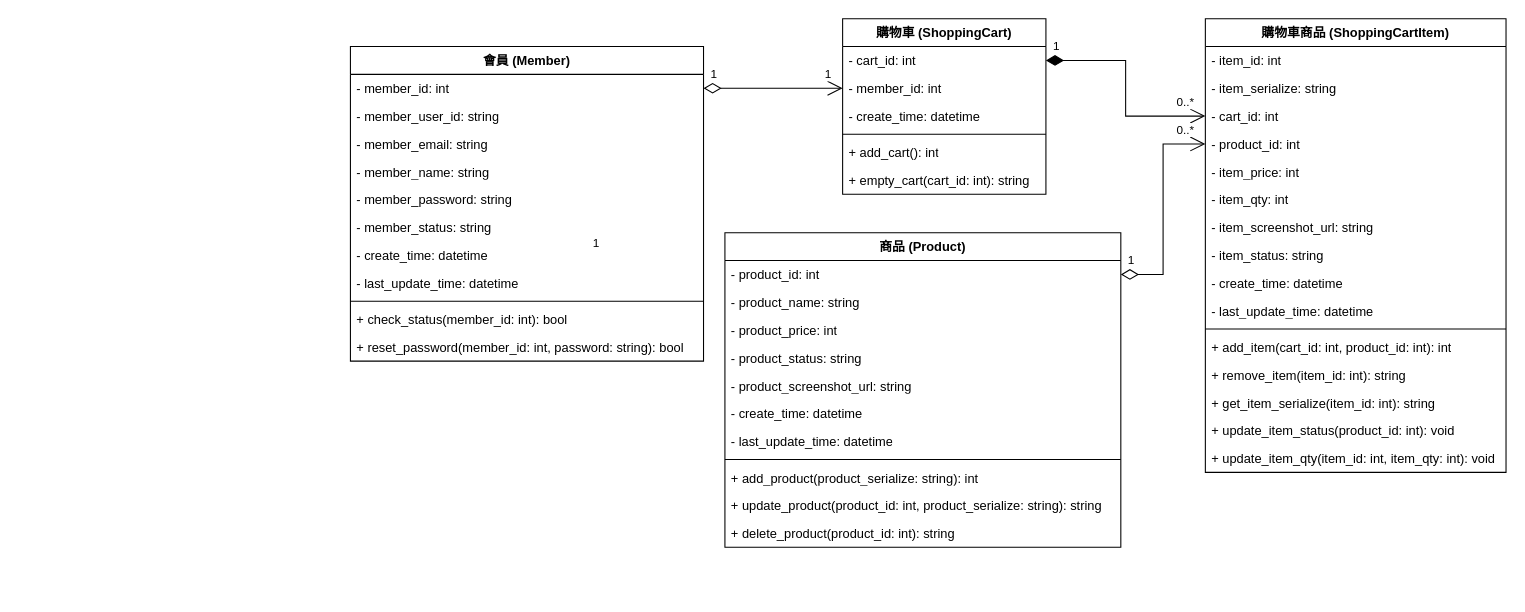
Nknu-Yea/shopping keeps this draw.io diagram as UML/將商品加入購物車.drawio. Above is the earlier version. Source tidied: cells renumbered, new cells numbered last; positions are measured from the earlier drawing's top-left corner, leaving out a move shared by most shapes. Both pictures are drawn from the tidied source at 107%, with x=0, y=0 at pixel (350, 18).
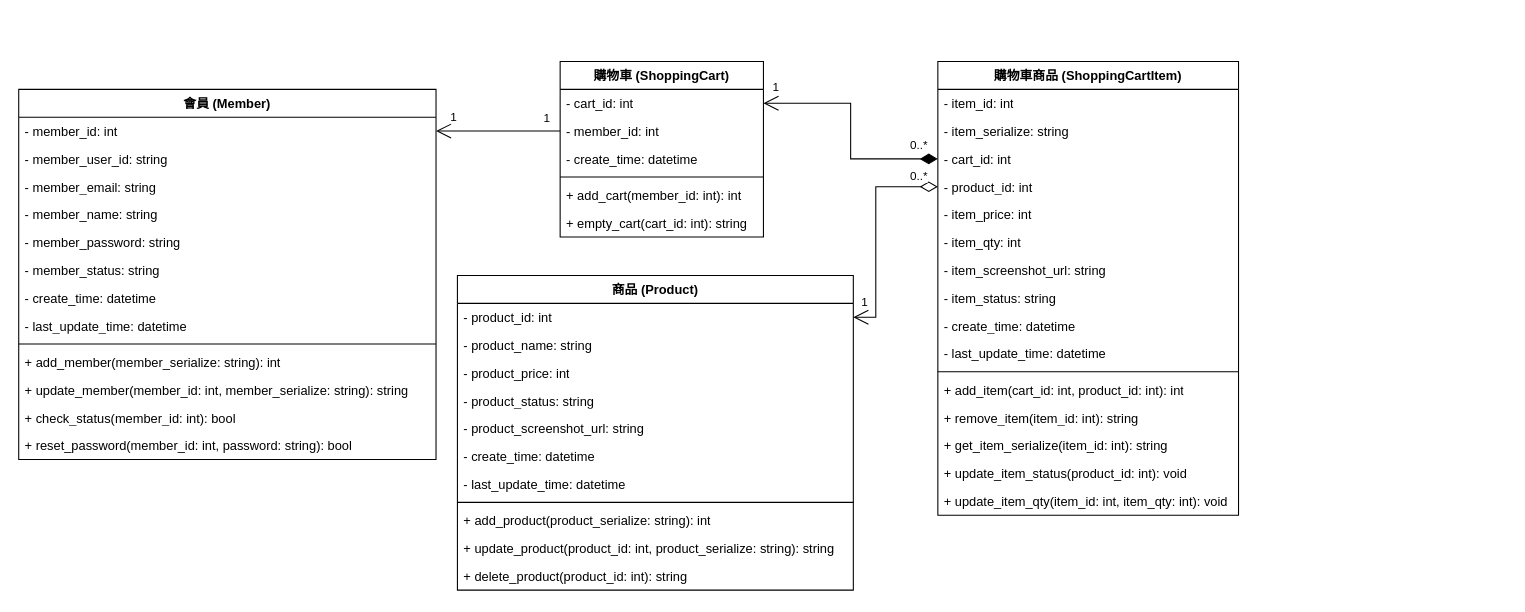
Above is the later version.

Commit message:
UML / 將商品加入購物車 - 調整

Unchanged cells that the change refers to:
```xml
<mxCell id="3" value="- cart_id: int" style="text;strokeColor=none;fillColor=none;align=left;verticalAlign=top;spacingLeft=4;spacingRight=4;overflow=hidden;points=[[0,0.5],[1,0.5]];portConstraint=eastwest;whiteSpace=wrap;html=1;" parent="2" vertex="1">
  <mxGeometry y="26" width="190" height="26" as="geometry" />
</mxCell>
<mxCell id="4" value="- member_id: int" style="text;strokeColor=none;fillColor=none;align=left;verticalAlign=top;spacingLeft=4;spacingRight=4;overflow=hidden;points=[[0,0.5],[1,0.5]];portConstraint=eastwest;whiteSpace=wrap;html=1;" parent="2" vertex="1">
  <mxGeometry y="52" width="190" height="26" as="geometry" />
</mxCell>
<mxCell id="12" value="- cart_id: int" style="text;strokeColor=none;fillColor=none;align=left;verticalAlign=top;spacingLeft=4;spacingRight=4;overflow=hidden;points=[[0,0.5],[1,0.5]];portConstraint=eastwest;whiteSpace=wrap;html=1;" parent="9" vertex="1">
  <mxGeometry y="78" width="281" height="26" as="geometry" />
</mxCell>
<mxCell id="13" value="- product_id: int" style="text;strokeColor=none;fillColor=none;align=left;verticalAlign=top;spacingLeft=4;spacingRight=4;overflow=hidden;points=[[0,0.5],[1,0.5]];portConstraint=eastwest;whiteSpace=wrap;html=1;" parent="9" vertex="1">
  <mxGeometry y="104" width="281" height="26" as="geometry" />
</mxCell>
<mxCell id="43" value="- product_id: int" style="text;strokeColor=none;fillColor=none;align=left;verticalAlign=top;spacingLeft=4;spacingRight=4;overflow=hidden;points=[[0,0.5],[1,0.5]];portConstraint=eastwest;whiteSpace=wrap;html=1;" parent="42" vertex="1">
  <mxGeometry y="26" width="370" height="26" as="geometry" />
</mxCell>
```

The edit, as a diff of the source:
```diff
@@
     <mxCell id="2" value="購物車 (ShoppingCart)" style="swimlane;fontStyle=1;align=center;verticalAlign=top;horizontal=1;startSize=26;whiteSpace=wrap;html=1;" parent="1" vertex="1">
-      <mxGeometry x="460" width="190" height="164" as="geometry" />
+      <mxGeometry x="196" y="40" width="190" height="164" as="geometry" />
     </mxCell>
@@
-    <mxCell id="7" value="+ add_cart(): int" style="text;strokeColor=none;fillColor=none;align=left;verticalAlign=top;spacingLeft=4;spacingRight=4;overflow=hidden;whiteSpace=wrap;html=1;" parent="2" vertex="1">
+    <mxCell id="7" value="+ add_cart(member_id: int): int" style="text;strokeColor=none;fillColor=none;align=left;verticalAlign=top;spacingLeft=4;spacingRight=4;overflow=hidden;whiteSpace=wrap;html=1;" parent="2" vertex="1">
       <mxGeometry y="112" width="190" height="26" as="geometry" />
     </mxCell>
@@
     <mxCell id="9" value="購物車商品 (ShoppingCartItem)" style="swimlane;fontStyle=1;align=center;verticalAlign=top;horizontal=1;startSize=26;whiteSpace=wrap;html=1;" parent="1" vertex="1">
-      <mxGeometry x="799" width="281" height="424" as="geometry" />
+      <mxGeometry x="549" y="40" width="281" height="424" as="geometry" />
     </mxCell>
@@
-    <mxCell id="26" style="endArrow=open;html=1;endSize=12;startArrow=diamondThin;startSize=14;startFill=1;edgeStyle=orthogonalEdgeStyle;align=left;verticalAlign=bottom;rounded=0;entryX=0;entryY=0.5;entryDx=0;entryDy=0;exitX=1;exitY=0.5;exitDx=0;exitDy=0;" parent="1" edge="1" source="3" target="12">
+    <mxCell id="26" style="endArrow=open;html=1;endSize=12;startArrow=diamondThin;startSize=14;startFill=1;edgeStyle=orthogonalEdgeStyle;align=left;verticalAlign=bottom;rounded=0;entryX=1;entryY=0.5;entryDx=0;entryDy=0;exitX=0;exitY=0.5;exitDx=0;exitDy=0;" parent="1" edge="1" source="12" target="3">
       <mxGeometry relative="1" as="geometry" />
     </mxCell>
     <mxCell id="27" value="1" style="edgeLabel;html=1;align=left;verticalAlign=bottom;" parent="26" vertex="1">
       <mxGeometry x="-1" relative="1" as="geometry">
-        <mxPoint x="5" y="-5" as="offset" />
+        <mxPoint x="-156" y="-59" as="offset" />
       </mxGeometry>
     </mxCell>
     <mxCell id="28" value="0..*" style="edgeLabel;html=1;align=right;verticalAlign=bottom;" parent="26" vertex="1">
       <mxGeometry x="1" relative="1" as="geometry">
-        <mxPoint x="-10" y="-5" as="offset" />
+        <mxPoint x="154" y="47" as="offset" />
       </mxGeometry>
     </mxCell>
     <mxCell id="29" value="會員 (Member)" style="swimlane;fontStyle=1;align=center;verticalAlign=top;horizontal=1;startSize=26;whiteSpace=wrap;html=1;" parent="1" vertex="1">
-      <mxGeometry y="26" width="330" height="294" as="geometry" />
+      <mxGeometry x="-310" y="66" width="390" height="346" as="geometry" />
     </mxCell>
     <mxCell id="30" value="- member_id: int" style="text;strokeColor=none;fillColor=none;align=left;verticalAlign=top;spacingLeft=4;spacingRight=4;overflow=hidden;points=[[0,0.5],[1,0.5]];portConstraint=eastwest;whiteSpace=wrap;html=1;" parent="29" vertex="1">
-      <mxGeometry y="26" width="330" height="26" as="geometry" />
+      <mxGeometry y="26" width="390" height="26" as="geometry" />
     </mxCell>
     <mxCell id="31" value="- member_user_id: string" style="text;strokeColor=none;fillColor=none;align=left;verticalAlign=top;spacingLeft=4;spacingRight=4;overflow=hidden;whiteSpace=wrap;html=1;" parent="29" vertex="1">
-      <mxGeometry y="52" width="330" height="26" as="geometry" />
+      <mxGeometry y="52" width="390" height="26" as="geometry" />
     </mxCell>
     <mxCell id="32" value="- member_email: string" style="text;strokeColor=none;fillColor=none;align=left;verticalAlign=top;spacingLeft=4;spacingRight=4;overflow=hidden;whiteSpace=wrap;html=1;" parent="29" vertex="1">
-      <mxGeometry y="78" width="330" height="26" as="geometry" />
+      <mxGeometry y="78" width="390" height="26" as="geometry" />
     </mxCell>
     <mxCell id="33" value="- member_name: string" style="text;strokeColor=none;fillColor=none;align=left;verticalAlign=top;spacingLeft=4;spacingRight=4;overflow=hidden;whiteSpace=wrap;html=1;" parent="29" vertex="1">
-      <mxGeometry y="104" width="330" height="26" as="geometry" />
+      <mxGeometry y="104" width="390" height="26" as="geometry" />
     </mxCell>
     <mxCell id="34" value="- member_password: string" style="text;strokeColor=none;fillColor=none;align=left;verticalAlign=top;spacingLeft=4;spacingRight=4;overflow=hidden;whiteSpace=wrap;html=1;" parent="29" vertex="1">
-      <mxGeometry y="130" width="330" height="26" as="geometry" />
+      <mxGeometry y="130" width="390" height="26" as="geometry" />
     </mxCell>
     <mxCell id="35" value="- member_status: string" style="text;strokeColor=none;fillColor=none;align=left;verticalAlign=top;spacingLeft=4;spacingRight=4;overflow=hidden;whiteSpace=wrap;html=1;" parent="29" vertex="1">
-      <mxGeometry y="156" width="330" height="26" as="geometry" />
+      <mxGeometry y="156" width="390" height="26" as="geometry" />
     </mxCell>
     <mxCell id="36" value="- create_time: datetime" style="text;strokeColor=none;fillColor=none;align=left;verticalAlign=top;spacingLeft=4;spacingRight=4;overflow=hidden;whiteSpace=wrap;html=1;" parent="29" vertex="1">
-      <mxGeometry y="182" width="330" height="26" as="geometry" />
+      <mxGeometry y="182" width="390" height="26" as="geometry" />
     </mxCell>
     <mxCell id="37" value="- last_update_time: datetime" style="text;strokeColor=none;fillColor=none;align=left;verticalAlign=top;spacingLeft=4;spacingRight=4;overflow=hidden;whiteSpace=wrap;html=1;" parent="29" vertex="1">
-      <mxGeometry y="208" width="330" height="26" as="geometry" />
+      <mxGeometry y="208" width="390" height="26" as="geometry" />
     </mxCell>
     <mxCell id="38" style="line;strokeWidth=1;fillColor=none;align=left;verticalAlign=middle;spacingTop=-1;spacingLeft=3;spacingRight=3;labelPosition=right;strokeColor=inherit;" parent="29" vertex="1">
-      <mxGeometry y="234" width="330" height="8" as="geometry" />
+      <mxGeometry y="234" width="390" height="8" as="geometry" />
     </mxCell>
+    <mxCell id="60" value="+ add_member(member_serialize: string): int" style="text;strokeColor=none;fillColor=none;align=left;verticalAlign=top;spacingLeft=4;spacingRight=4;overflow=hidden;whiteSpace=wrap;html=1;" parent="29" vertex="1">
+      <mxGeometry y="242" width="390" height="26" as="geometry" />
+    </mxCell>
+    <mxCell id="61" value="+ update_member(member_id: int, member_serialize: string): string" style="text;strokeColor=none;fillColor=none;align=left;verticalAlign=top;spacingLeft=4;spacingRight=4;overflow=hidden;whiteSpace=wrap;html=1;" parent="29" vertex="1">
+      <mxGeometry y="268" width="390" height="26" as="geometry" />
+    </mxCell>
     <mxCell id="39" value="+ check_status(member_id: int): bool" style="text;strokeColor=none;fillColor=none;align=left;verticalAlign=top;spacingLeft=4;spacingRight=4;overflow=hidden;whiteSpace=wrap;html=1;" parent="29" vertex="1">
-      <mxGeometry y="242" width="330" height="26" as="geometry" />
+      <mxGeometry y="294" width="390" height="26" as="geometry" />
     </mxCell>
     <mxCell id="40" value="+ reset_password(member_id: int, password: string): bool" style="text;strokeColor=none;fillColor=none;align=left;verticalAlign=top;spacingLeft=4;spacingRight=4;overflow=hidden;whiteSpace=wrap;html=1;" parent="29" vertex="1">
-      <mxGeometry y="268" width="330" height="26" as="geometry" />
+      <mxGeometry y="320" width="390" height="26" as="geometry" />
     </mxCell>
-    <mxCell id="41" value="1" style="edgeLabel;html=1;align=left;verticalAlign=bottom;" parent="1" vertex="1">
-      <mxGeometry x="586" y="227" as="geometry">
-        <mxPoint x="-361" y="-9" as="offset" />
-      </mxGeometry>
-    </mxCell>
     <mxCell id="42" value="商品 (Product)" style="swimlane;fontStyle=1;align=center;verticalAlign=top;horizontal=1;startSize=26;whiteSpace=wrap;html=1;" parent="1" vertex="1">
-      <mxGeometry x="350" y="200" width="370" height="294" as="geometry" />
+      <mxGeometry x="100" y="240" width="370" height="294" as="geometry" />
     </mxCell>
@@
-    <mxCell id="54" style="endArrow=open;html=1;endSize=12;startArrow=diamondThin;startSize=14;startFill=0;edgeStyle=orthogonalEdgeStyle;align=left;verticalAlign=bottom;rounded=0;exitX=1;exitY=0.5;exitDx=0;exitDy=0;entryX=0;entryY=0.5;entryDx=0;entryDy=0;" parent="1" edge="1" source="43" target="13">
-      <mxGeometry relative="1" as="geometry" />
+    <mxCell id="54" style="endArrow=open;html=1;endSize=12;startArrow=diamondThin;startSize=14;startFill=0;edgeStyle=orthogonalEdgeStyle;align=left;verticalAlign=bottom;rounded=0;entryX=1;entryY=0.5;entryDx=0;entryDy=0;exitX=0;exitY=0.5;exitDx=0;exitDy=0;" parent="1" edge="1" source="13" target="43">
+      <mxGeometry relative="1" as="geometry">
+        <Array as="points">
+          <mxPoint x="491" y="157" />
+          <mxPoint x="491" y="279" />
+        </Array>
+      </mxGeometry>
     </mxCell>
     <mxCell id="55" value="1" style="edgeLabel;html=1;align=left;verticalAlign=bottom;" parent="54" vertex="1">
       <mxGeometry x="-1" relative="1" as="geometry">
-        <mxPoint x="5" y="-5" as="offset" />
+        <mxPoint x="-73" y="116" as="offset" />
       </mxGeometry>
     </mxCell>
     <mxCell id="56" value="0..*" style="edgeLabel;html=1;align=right;verticalAlign=bottom;" parent="54" vertex="1">
       <mxGeometry x="1" relative="1" as="geometry">
-        <mxPoint x="-10" y="-5" as="offset" />
+        <mxPoint x="70" y="-124" as="offset" />
       </mxGeometry>
     </mxCell>
-    <mxCell id="57" style="endArrow=open;html=1;endSize=12;startArrow=diamondThin;startSize=14;startFill=0;edgeStyle=orthogonalEdgeStyle;align=left;verticalAlign=bottom;rounded=0;exitX=1;exitY=0.5;exitDx=0;exitDy=0;entryX=0;entryY=0.5;entryDx=0;entryDy=0;" parent="1" edge="1" source="30" target="4">
-      <mxGeometry relative="1" as="geometry" />
+    <mxCell id="57" style="endArrow=open;endFill=1;endSize=12;html=1;rounded=0;entryX=1;entryY=0.5;entryDx=0;entryDy=0;exitX=0;exitY=0.5;exitDx=0;exitDy=0;" parent="1" edge="1" source="4">
+      <mxGeometry relative="1" as="geometry">
+        <mxPoint x="80" y="105" as="targetPoint" />
+      </mxGeometry>
     </mxCell>
     <mxCell id="58" value="1" style="edgeLabel;html=1;align=left;verticalAlign=bottom;" parent="57" vertex="1">
       <mxGeometry x="-1" relative="1" as="geometry">
-        <mxPoint x="5" y="-5" as="offset" />
+        <mxPoint x="-17" y="-4" as="offset" />
       </mxGeometry>
     </mxCell>
     <mxCell id="59" value="1" style="edgeLabel;html=1;align=right;verticalAlign=bottom;" parent="57" vertex="1">
       <mxGeometry x="1" relative="1" as="geometry">
-        <mxPoint x="-10" y="-5" as="offset" />
+        <mxPoint x="20" y="-5" as="offset" />
       </mxGeometry>
     </mxCell>
```
